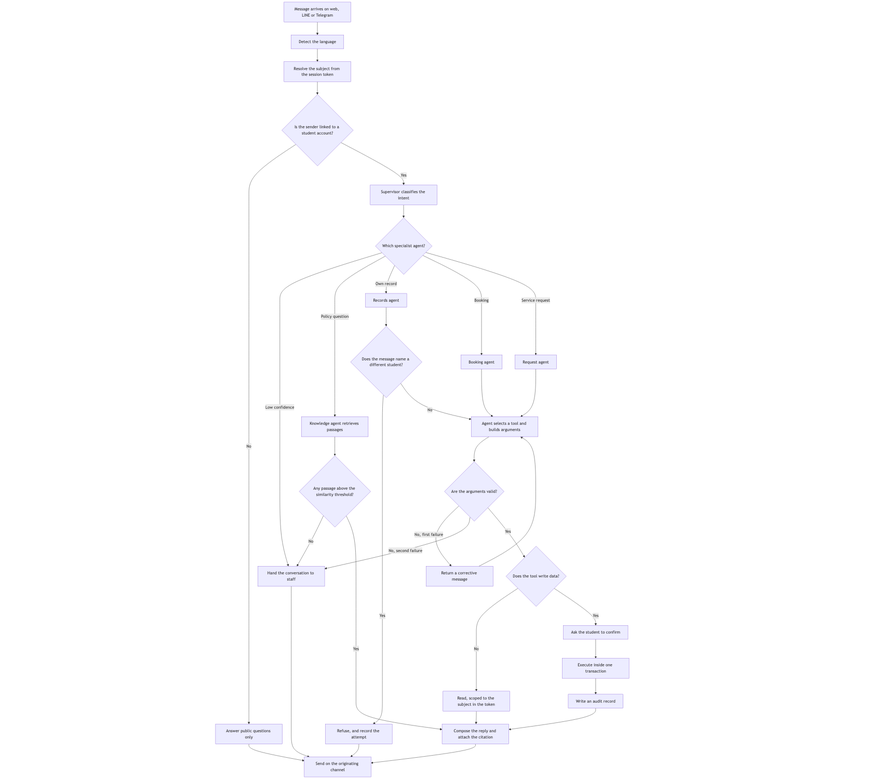
Above: design/diagrams/03_supervisor.png in SaiWaiYanLynn/smart-university-website (Mermaid), before the change. Its source is kept beside it as design/diagrams/03_supervisor.mmd. Source of this version:
```mermaid
flowchart TD
  A["Message arrives on web, LINE or Telegram"] --> B["Detect the language"]
  B --> C["Resolve the subject from the session token"]
  C --> D{"Is the sender linked to a student account?"}
  D -- No --> E["Answer public questions only"]
  E --> Z["Send on the originating channel"]
  D -- Yes --> F["Supervisor classifies the intent"]
  F --> G{"Which specialist agent?"}

  G -- "Low confidence" --> H["Hand the conversation to staff"]
  G -- "Policy question" --> K1["Knowledge agent retrieves passages"]
  G -- "Own record" --> R1["Records agent"]
  G -- "Booking" --> B1["Booking agent"]
  G -- "Service request" --> Q1["Request agent"]

  K1 --> K2{"Any passage above the similarity threshold?"}
  K2 -- No --> H
  K2 -- Yes --> Y1["Attach the source document and section"]
  Y1 --> Y["Compose the reply"]

  R1 --> S{"Does the message name a different student?"}
  S -- Yes --> S2["Refuse, and record the attempt"]
  S2 --> Z
  S -- No --> T["Agent selects a tool and builds arguments"]

  B1 --> T
  Q1 --> T

  T --> V{"Are the arguments valid?"}
  V -- "No, first failure" --> T2["Return a corrective message"]
  T2 --> T
  V -- "No, second failure" --> H
  V -- Yes --> W{"Does the tool write data?"}

  W -- No --> RD["Read, scoped to the subject in the token"]
  RD --> Y
  W -- Yes --> CF["Ask the student to confirm"]
  CF --> EX["Execute inside one transaction"]
  EX --> AUD["Write an audit record"]
  AUD --> Y

  Y --> Z
  H --> Z
```
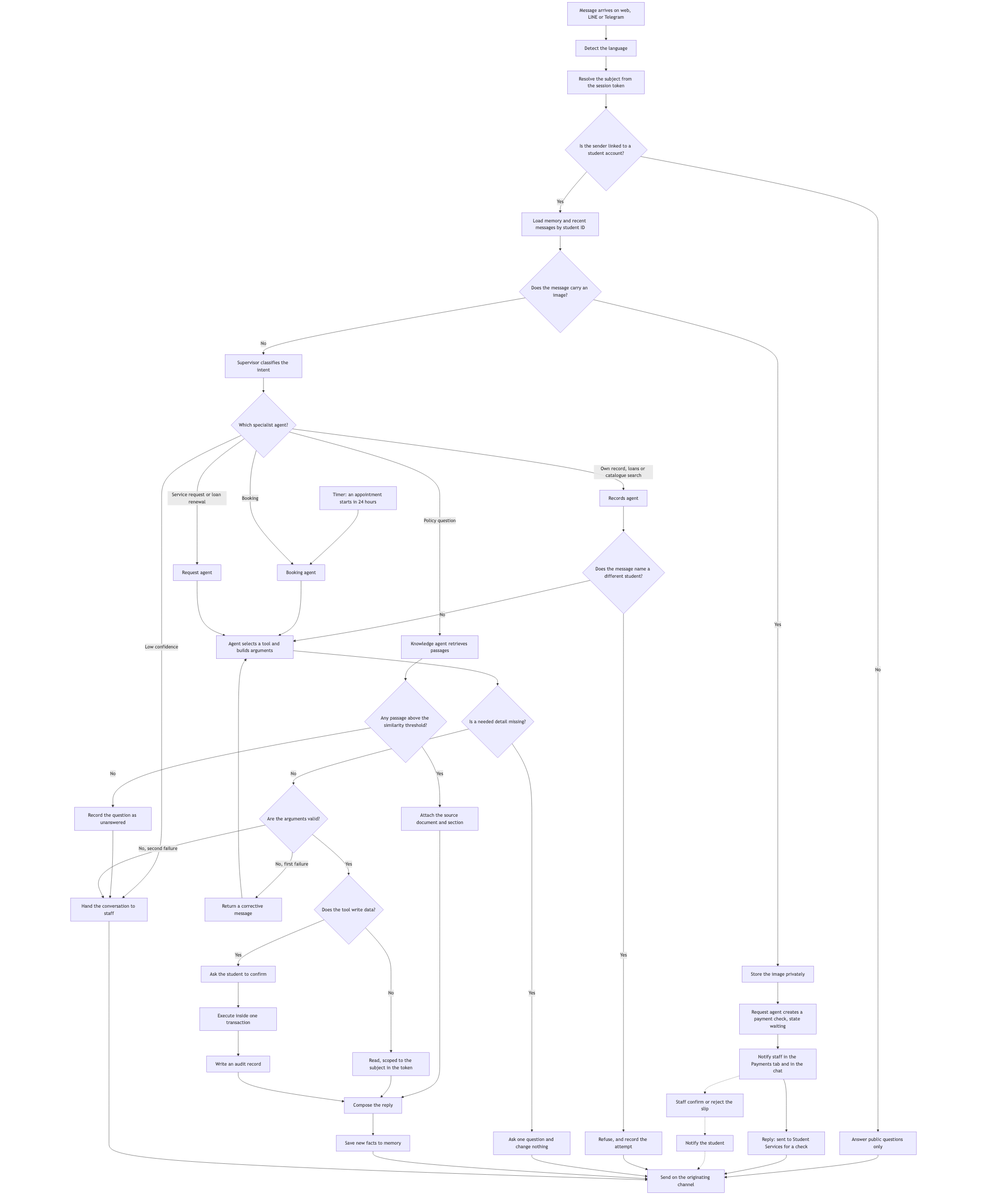
The same file after the commit.

Commit message:
Update diagrams for library search, payment slips, memory and loan renewal

The edit, as a diff of the source:
```diff
@@ -4,17 +4,29 @@
   C --> D{"Is the sender linked to a student account?"}
   D -- No --> E["Answer public questions only"]
   E --> Z["Send on the originating channel"]
-  D -- Yes --> F["Supervisor classifies the intent"]
+  D -- Yes --> M["Load memory and recent messages by student ID"]
+  TM["Timer: an appointment starts in 24 hours"] --> B1
+  M --> IM{"Does the message carry an image?"}
+  IM -- Yes --> SF["Store the image privately"]
+  SF --> PC["Request agent creates a payment check, state waiting"]
+  PC --> NS["Notify staff in the Payments tab and in the chat"]
+  NS --> RS["Reply: sent to Student Services for a check"]
+  RS --> Z
+  NS -.-> SD["Staff confirm or reject the slip"]
+  SD -.-> NT["Notify the student"]
+  NT -.-> Z
+  IM -- No --> F["Supervisor classifies the intent"]
   F --> G{"Which specialist agent?"}
 
   G -- "Low confidence" --> H["Hand the conversation to staff"]
   G -- "Policy question" --> K1["Knowledge agent retrieves passages"]
-  G -- "Own record" --> R1["Records agent"]
+  G -- "Own record, loans or catalogue search" --> R1["Records agent"]
   G -- "Booking" --> B1["Booking agent"]
-  G -- "Service request" --> Q1["Request agent"]
+  G -- "Service request or loan renewal" --> Q1["Request agent"]
 
   K1 --> K2{"Any passage above the similarity threshold?"}
-  K2 -- No --> H
+  K2 -- No --> UQ["Record the question as unanswered"]
+  UQ --> H
   K2 -- Yes --> Y1["Attach the source document and section"]
   Y1 --> Y["Compose the reply"]
 
@@ -26,7 +38,10 @@
   B1 --> T
   Q1 --> T
 
-  T --> V{"Are the arguments valid?"}
+  T --> MD{"Is a needed detail missing?"}
+  MD -- Yes --> CQ["Ask one question and change nothing"]
+  CQ --> Z
+  MD -- No --> V{"Are the arguments valid?"}
   V -- "No, first failure" --> T2["Return a corrective message"]
   T2 --> T
   V -- "No, second failure" --> H
@@ -39,5 +54,6 @@
   EX --> AUD["Write an audit record"]
   AUD --> Y
 
-  Y --> Z
+  Y --> SV["Save new facts to memory"]
+  SV --> Z
   H --> Z
```
